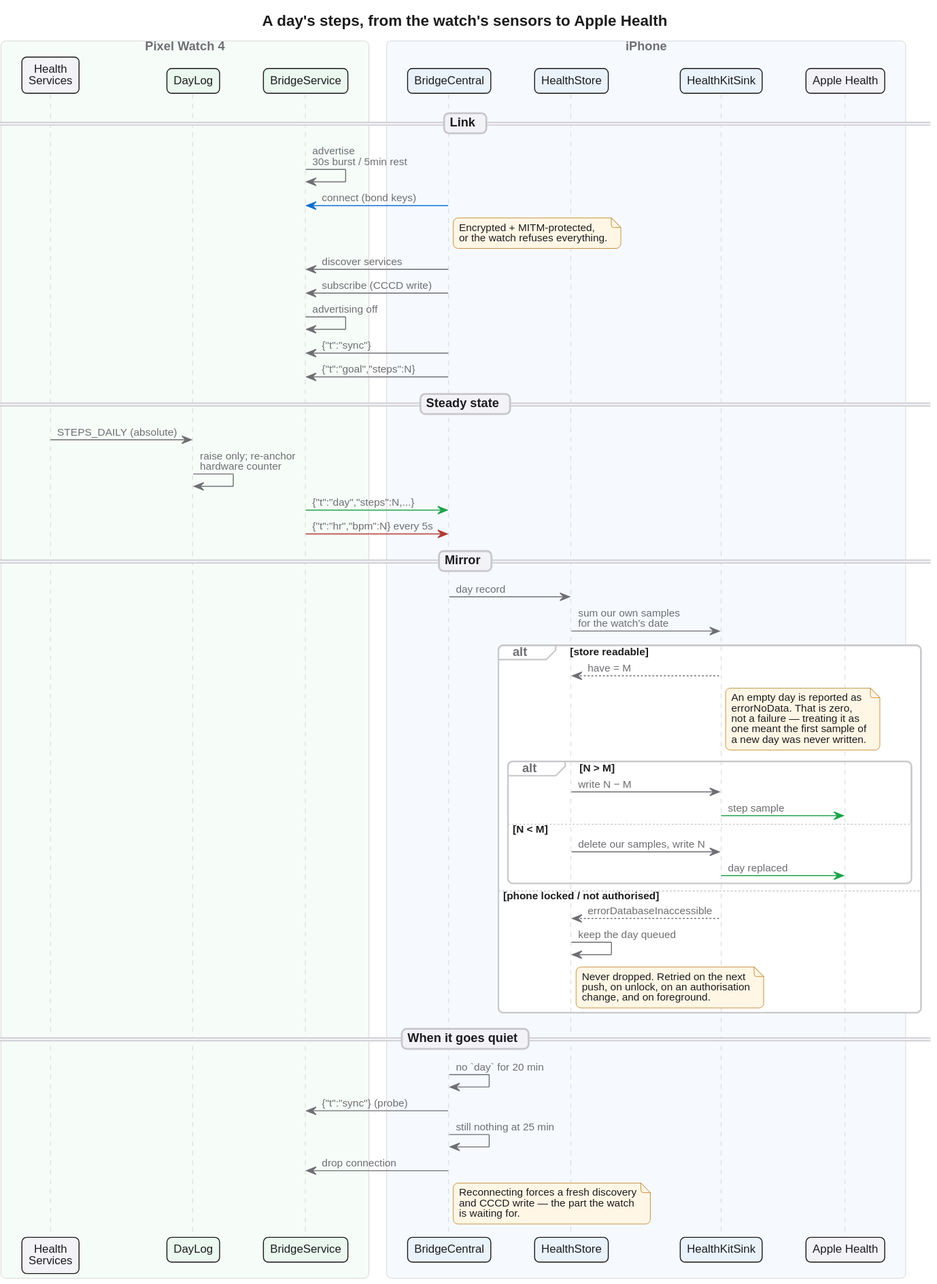
Before: docs/sequence.svg, a diagram exported from PlantUML (drmhse/dream-fit). Source of this version:
```plantuml
@startuml
!include style.puml
title A day's steps, from the watch's sensors to Apple Health

box "Pixel Watch 4" #F6FDF8
  participant "Health\nServices" as HS #F2F2F7
  participant "DayLog" as DAY #EAF8EF
  participant "BridgeService" as SVC #EAF8EF
end box

box "iPhone" #F6FAFF
  participant "BridgeCentral" as BC #EAF2FC
  participant "HealthStore" as HS2 #EAF2FC
  participant "HealthKitSink" as SINK #EAF2FC
  participant "Apple Health" as HK #F2F2F7
end box

== Link ==

SVC -> SVC : advertise\n30s burst / 5min rest
BC -[#0A6ED1]> SVC : connect (bond keys)
note right of BC
  Encrypted + MITM-protected,
  or the watch refuses everything.
end note
BC -> SVC : discover services
BC -> SVC : subscribe (CCCD write)
SVC -> SVC : advertising off
BC -> SVC : {"t":"sync"}
BC -> SVC : {"t":"goal","steps":N}

== Steady state ==

HS -> DAY : STEPS_DAILY (absolute)
DAY -> DAY : raise only; re-anchor\nhardware counter
SVC -[#1DA34A]> BC : {"t":"day","steps":N,...}
SVC -[#B23A34]> BC : {"t":"hr","bpm":N} every 5s

== Mirror ==

BC -> HS2 : day record
HS2 -> SINK : sum our own samples\nfor the watch's date

alt store readable
  SINK --> HS2 : have = M
  note right of SINK
    An empty day is reported as
    errorNoData. That is zero,
    not a failure — treating it as
    one meant the first sample of
    a new day was never written.
  end note
  alt N > M
    HS2 -> SINK : write N − M
    SINK -[#1DA34A]> HK : step sample
  else N < M
    HS2 -> SINK : delete our samples, write N
    SINK -[#1DA34A]> HK : day replaced
  end
else phone locked / not authorised
  SINK --> HS2 : errorDatabaseInaccessible
  HS2 -> HS2 : keep the day queued
  note right of HS2
    Never dropped. Retried on the next
    push, on unlock, on an authorisation
    change, and on foreground.
  end note
end

== When it goes quiet ==

BC -> BC : no `day` for 20 min
BC -> SVC : {"t":"sync"} (probe)
BC -> BC : still nothing at 25 min
BC -> SVC : drop connection
note right of BC
  Reconnecting forces a fresh discovery
  and CCCD write — the part the watch
  is waiting for.
end note
@enduml
```
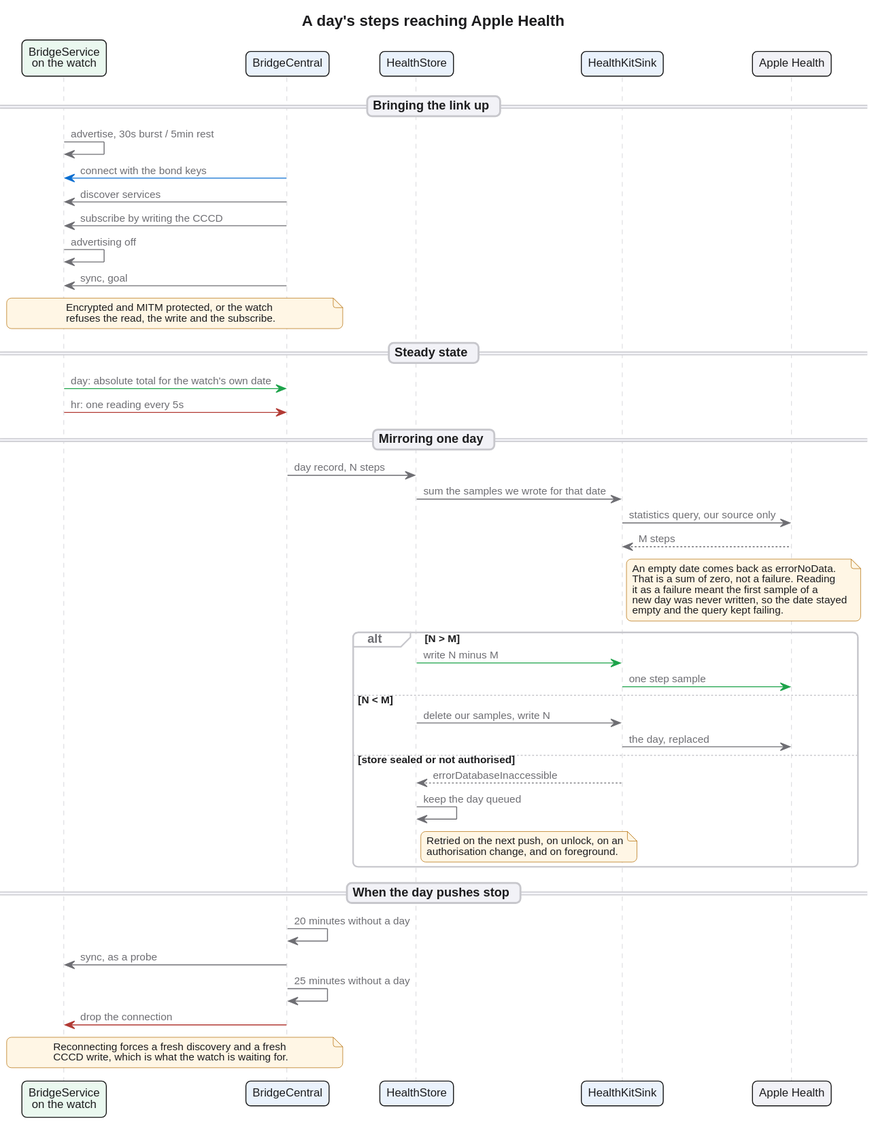
Above is the later version.

Commit message:
Redraw the diagrams around fewer nodes and real layout

What changed in the source:
```diff
@@ -1,81 +1,68 @@
 @startuml
 !include style.puml
-title A day's steps, from the watch's sensors to Apple Health
+title A day's steps reaching Apple Health
 
-box "Pixel Watch 4" #F6FDF8
-  participant "Health\nServices" as HS #F2F2F7
-  participant "DayLog" as DAY #EAF8EF
-  participant "BridgeService" as SVC #EAF8EF
-end box
+participant "BridgeService\non the watch" as SVC #EAF8EF
+participant "BridgeCentral" as BC #EAF2FC
+participant "HealthStore" as STORE #EAF2FC
+participant "HealthKitSink" as SINK #EAF2FC
+participant "Apple Health" as HK #F2F2F7
 
-box "iPhone" #F6FAFF
-  participant "BridgeCentral" as BC #EAF2FC
-  participant "HealthStore" as HS2 #EAF2FC
-  participant "HealthKitSink" as SINK #EAF2FC
-  participant "Apple Health" as HK #F2F2F7
-end box
+== Bringing the link up ==
 
-== Link ==
-
-SVC -> SVC : advertise\n30s burst / 5min rest
-BC -[#0A6ED1]> SVC : connect (bond keys)
-note right of BC
-  Encrypted + MITM-protected,
-  or the watch refuses everything.
+SVC -> SVC : advertise, 30s burst / 5min rest
+BC -[#0A6ED1]> SVC : connect with the bond keys
+BC -> SVC : discover services
+BC -> SVC : subscribe by writing the CCCD
+SVC -> SVC : advertising off
+BC -> SVC : sync, goal
+note over SVC, BC
+  Encrypted and MITM protected, or the watch
+  refuses the read, the write and the subscribe.
 end note
-BC -> SVC : discover services
-BC -> SVC : subscribe (CCCD write)
-SVC -> SVC : advertising off
-BC -> SVC : {"t":"sync"}
-BC -> SVC : {"t":"goal","steps":N}
 
 == Steady state ==
 
-HS -> DAY : STEPS_DAILY (absolute)
-DAY -> DAY : raise only; re-anchor\nhardware counter
-SVC -[#1DA34A]> BC : {"t":"day","steps":N,...}
-SVC -[#B23A34]> BC : {"t":"hr","bpm":N} every 5s
+SVC -[#1DA34A]> BC : day: absolute total for the watch's own date
+SVC -[#B23A34]> BC : hr: one reading every 5s
 
-== Mirror ==
+== Mirroring one day ==
 
-BC -> HS2 : day record
-HS2 -> SINK : sum our own samples\nfor the watch's date
+BC -> STORE : day record, N steps
+STORE -> SINK : sum the samples we wrote for that date
+SINK -> HK : statistics query, our source only
+HK --> SINK : M steps
+note right of SINK
+  An empty date comes back as errorNoData.
+  That is a sum of zero, not a failure. Reading
+  it as a failure meant the first sample of a
+  new day was never written, so the date stayed
+  empty and the query kept failing.
+end note
 
-alt store readable
-  SINK --> HS2 : have = M
-  note right of SINK
-    An empty day is reported as
-    errorNoData. That is zero,
-    not a failure — treating it as
-    one meant the first sample of
-    a new day was never written.
-  end note
-  alt N > M
-    HS2 -> SINK : write N − M
-    SINK -[#1DA34A]> HK : step sample
-  else N < M
-    HS2 -> SINK : delete our samples, write N
-    SINK -[#1DA34A]> HK : day replaced
-  end
-else phone locked / not authorised
-  SINK --> HS2 : errorDatabaseInaccessible
-  HS2 -> HS2 : keep the day queued
-  note right of HS2
-    Never dropped. Retried on the next
-    push, on unlock, on an authorisation
-    change, and on foreground.
+alt N > M
+  STORE -[#1DA34A]> SINK : write N minus M
+  SINK -[#1DA34A]> HK : one step sample
+else N < M
+  STORE -> SINK : delete our samples, write N
+  SINK -> HK : the day, replaced
+else store sealed or not authorised
+  SINK --> STORE : errorDatabaseInaccessible
+  STORE -> STORE : keep the day queued
+  note right of STORE
+    Retried on the next push, on unlock, on an
+    authorisation change, and on foreground.
   end note
 end
 
-== When it goes quiet ==
+== When the day pushes stop ==
 
-BC -> BC : no `day` for 20 min
-BC -> SVC : {"t":"sync"} (probe)
-BC -> BC : still nothing at 25 min
-BC -> SVC : drop connection
-note right of BC
-  Reconnecting forces a fresh discovery
-  and CCCD write — the part the watch
-  is waiting for.
+BC -> BC : 20 minutes without a day
+BC -> SVC : sync, as a probe
+BC -> BC : 25 minutes without a day
+BC -[#B23A34]> SVC : drop the connection
+note over BC, SVC
+  Reconnecting forces a fresh discovery and a fresh
+  CCCD write, which is what the watch is waiting for.
 end note
 @enduml
```
